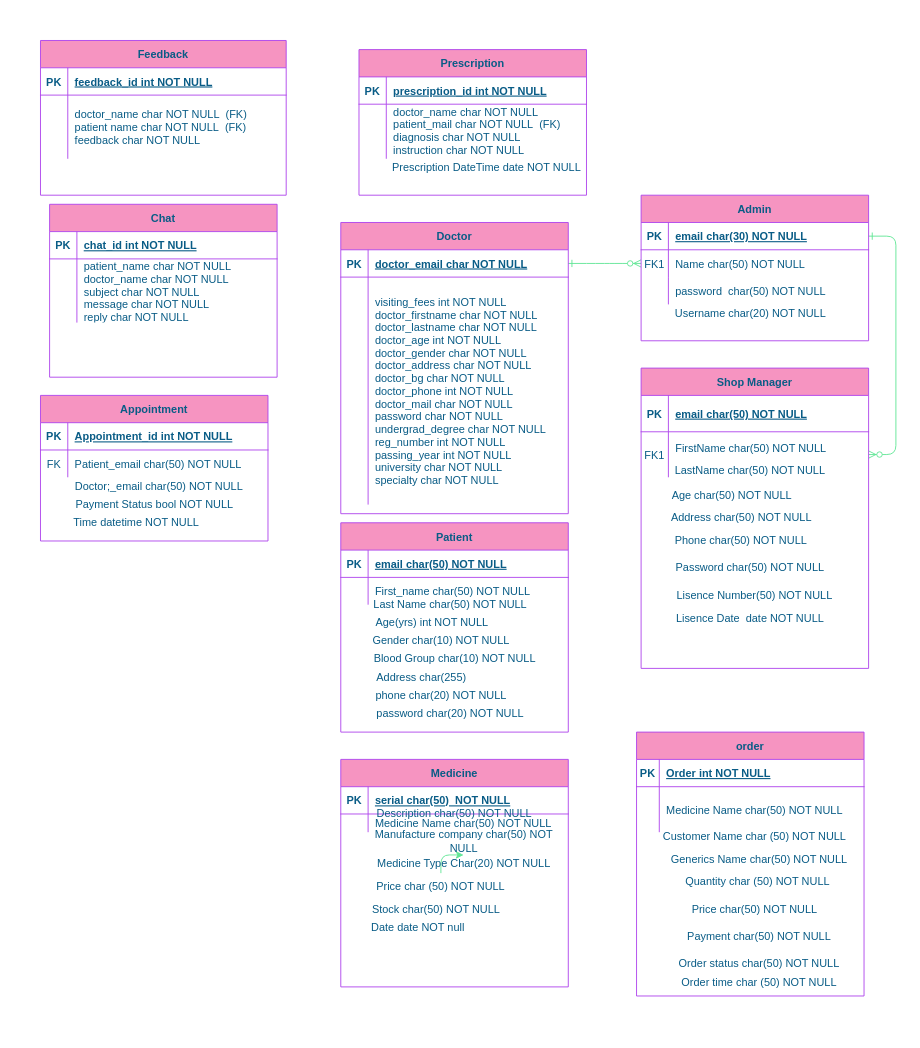
Earlier version of the draw.io diagram ER Diagram.drawio (ProgMahabub21/ABCD). Source tidied: cells renumbered, new cells numbered last; positions are measured from the earlier drawing's top-left corner, leaving out a move shared by most shapes. Both pictures are drawn from the tidied source at 91%, with x=0, y=0 at pixel (40, 40).
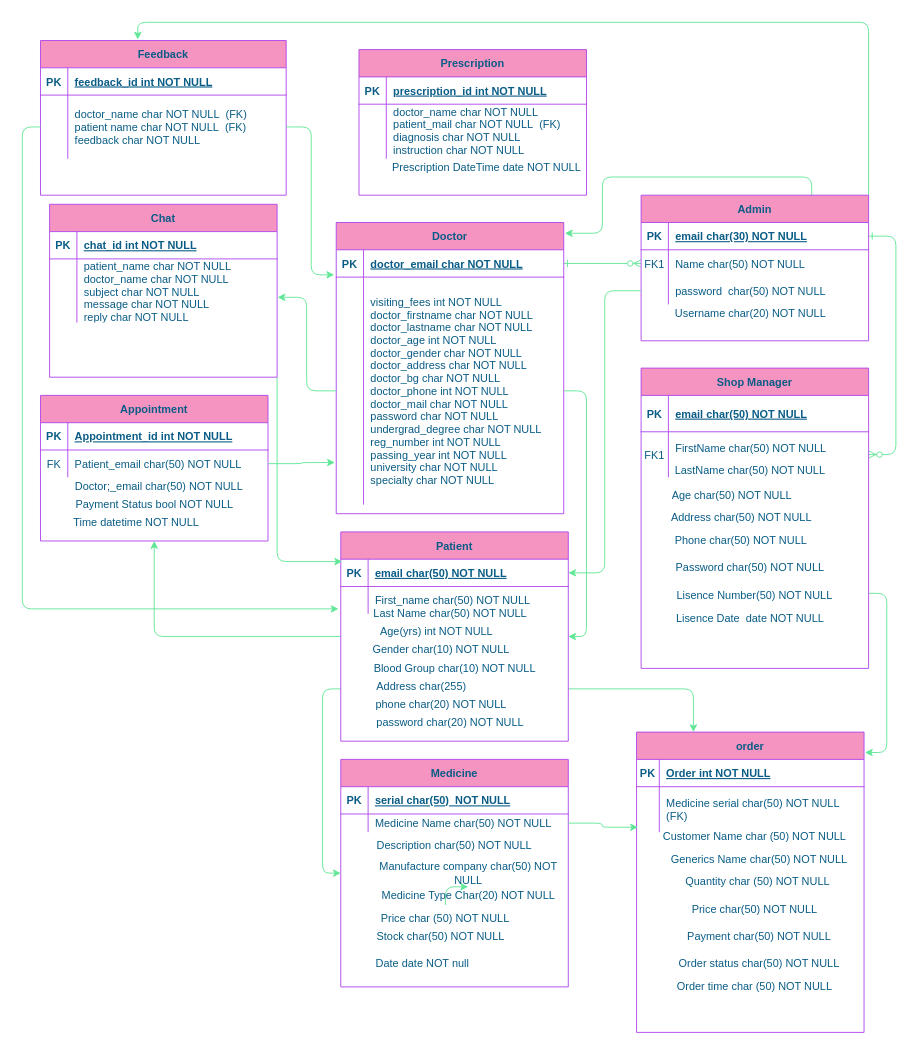
After the change.

The change refers to these unchanged cells:
```xml
<mxCell id="4" value="Admin" style="shape=table;startSize=30;childLayout=tableLayout;rowLines=0;fontStyle=1;align=center;fillColor=#F694C1;strokeColor=#AF45ED;fontColor=#095C86;" parent="1" vertex="1">
  <mxGeometry x="660" y="170" width="250" height="160" as="geometry" />
</mxCell>
<mxCell id="11" style="shape=partialRectangle;fillColor=none;points=[[0,0.5],[1,0.5]];portConstraint=eastwest;top=0;left=0;right=0;bottom=0;strokeColor=#AF45ED;fontColor=#095C86;" parent="4" vertex="1">
  <mxGeometry y="90" width="250" height="30" as="geometry" />
</mxCell>
<mxCell id="14" value="Shop Manager" style="shape=table;startSize=30;childLayout=tableLayout;rowLines=0;fontStyle=1;align=center;fillColor=#F694C1;strokeColor=#AF45ED;fontColor=#095C86;" parent="1" vertex="1">
  <mxGeometry x="660" y="360" width="250" height="330" as="geometry" />
</mxCell>
<mxCell id="25" style="shape=partialRectangle;fillColor=none;points=[[0,0.5],[1,0.5]];portConstraint=eastwest;top=0;left=0;right=0;bottom=0;strokeColor=#AF45ED;fontColor=#095C86;" parent="21" vertex="1">
  <mxGeometry y="60" width="250" height="250" as="geometry" />
</mxCell>
<mxCell id="29" style="shape=partialRectangle;fillColor=none;points=[[0,0.5],[1,0.5]];portConstraint=eastwest;top=0;left=0;right=0;bottom=1;strokeColor=#AF45ED;fontColor=#095C86;" parent="28" vertex="1">
  <mxGeometry y="30" width="250" height="30" as="geometry" />
</mxCell>
<mxCell id="32" style="shape=partialRectangle;fillColor=none;points=[[0,0.5],[1,0.5]];portConstraint=eastwest;top=0;left=0;right=0;bottom=0;strokeColor=#AF45ED;fontColor=#095C86;" parent="28" vertex="1">
  <mxGeometry y="60" width="250" height="30" as="geometry" />
</mxCell>
<mxCell id="42" value="Chat" style="shape=table;startSize=30;childLayout=tableLayout;rowLines=0;fontStyle=1;align=center;fillColor=#F694C1;strokeColor=#AF45ED;fontColor=#095C86;" parent="1" vertex="1">
  <mxGeometry x="10" y="180" width="250" height="190" as="geometry" />
</mxCell>
<mxCell id="46" style="shape=partialRectangle;fillColor=none;points=[[0,0.5],[1,0.5]];portConstraint=eastwest;top=0;left=0;right=0;bottom=0;strokeColor=#AF45ED;fontColor=#095C86;" parent="42" vertex="1">
  <mxGeometry y="60" width="250" height="70" as="geometry" />
</mxCell>
<mxCell id="49" value="Appointment" style="shape=table;startSize=30;childLayout=tableLayout;rowLines=0;fontStyle=1;align=center;fillColor=#F694C1;strokeColor=#AF45ED;fontColor=#095C86;" parent="1" vertex="1">
  <mxGeometry y="390" width="250" height="160" as="geometry" />
</mxCell>
<mxCell id="53" style="shape=partialRectangle;fillColor=none;points=[[0,0.5],[1,0.5]];portConstraint=eastwest;top=0;left=0;right=0;bottom=0;strokeColor=#AF45ED;fontColor=#095C86;" parent="49" vertex="1">
  <mxGeometry y="60" width="250" height="30" as="geometry" />
</mxCell>
<mxCell id="56" value="Feedback" style="shape=table;startSize=30;childLayout=tableLayout;rowLines=0;fontStyle=1;align=center;fillColor=#F694C1;strokeColor=#AF45ED;fontColor=#095C86;" parent="1" vertex="1">
  <mxGeometry width="270" height="170" as="geometry" />
</mxCell>
<mxCell id="60" style="shape=partialRectangle;fillColor=none;points=[[0,0.5],[1,0.5]];portConstraint=eastwest;top=0;left=0;right=0;bottom=0;strokeColor=#AF45ED;fontColor=#095C86;" parent="56" vertex="1">
  <mxGeometry y="60" width="270" height="70" as="geometry" />
</mxCell>
<mxCell id="67" style="shape=partialRectangle;fillColor=none;points=[[0,0.5],[1,0.5]];portConstraint=eastwest;top=0;left=0;right=0;bottom=0;strokeColor=#AF45ED;fontColor=#095C86;" parent="63" vertex="1">
  <mxGeometry y="60" width="250" height="50" as="geometry" />
</mxCell>
<mxCell id="70" value="Medicine" style="shape=table;startSize=30;childLayout=tableLayout;rowLines=0;fontStyle=1;align=center;fillColor=#F694C1;strokeColor=#AF45ED;fontColor=#095C86;" parent="1" vertex="1">
  <mxGeometry x="330" y="790" width="250" height="250" as="geometry" />
</mxCell>
<mxCell id="74" style="shape=partialRectangle;fillColor=none;points=[[0,0.5],[1,0.5]];portConstraint=eastwest;top=0;left=0;right=0;bottom=0;strokeColor=#AF45ED;fontColor=#095C86;" parent="70" vertex="1">
  <mxGeometry y="60" width="250" height="20" as="geometry" />
</mxCell>
```

What changed in the source:
```diff
@@
+    <mxCell id="110" style="edgeStyle=orthogonalEdgeStyle;rounded=1;sketch=0;jettySize=auto;html=1;exitX=0.75;exitY=0;exitDx=0;exitDy=0;entryX=1.005;entryY=0.037;entryDx=0;entryDy=0;entryPerimeter=0;fontColor=#095C86;strokeColor=#60E696;fillColor=#F694C1;" parent="1" edge="1" source="4" target="21">
+      <mxGeometry relative="1" as="geometry" />
+    </mxCell>
+    <mxCell id="111" style="edgeStyle=orthogonalEdgeStyle;rounded=1;sketch=0;jettySize=auto;html=1;exitX=1;exitY=0;exitDx=0;exitDy=0;entryX=0.396;entryY=-0.006;entryDx=0;entryDy=0;entryPerimeter=0;fontColor=#095C86;strokeColor=#60E696;fillColor=#F694C1;" parent="1" edge="1" source="4" target="56">
+      <mxGeometry relative="1" as="geometry" />
+    </mxCell>
@@
+    <mxCell id="112" style="edgeStyle=orthogonalEdgeStyle;rounded=1;sketch=0;jettySize=auto;html=1;exitX=1;exitY=0.75;exitDx=0;exitDy=0;entryX=1.004;entryY=0.068;entryDx=0;entryDy=0;entryPerimeter=0;fontColor=#095C86;strokeColor=#60E696;fillColor=#F694C1;" parent="1" edge="1" source="14" target="63">
+      <mxGeometry relative="1" as="geometry" />
+    </mxCell>
@@
     <mxCell id="21" value="Doctor" style="shape=table;startSize=30;childLayout=tableLayout;rowLines=0;fontStyle=1;align=center;fillColor=#F694C1;strokeColor=#AF45ED;fontColor=#095C86;" parent="1" vertex="1">
-      <mxGeometry x="330" y="200" width="250" height="320" as="geometry" />
+      <mxGeometry x="325" y="200" width="250" height="320" as="geometry" />
     </mxCell>
@@
+    <mxCell id="113" style="edgeStyle=orthogonalEdgeStyle;rounded=1;sketch=0;jettySize=auto;html=1;exitX=0;exitY=0.75;exitDx=0;exitDy=0;entryX=0;entryY=0.5;entryDx=0;entryDy=0;fontColor=#095C86;strokeColor=#60E696;fillColor=#F694C1;" parent="1" edge="1" source="28" target="70">
+      <mxGeometry relative="1" as="geometry" />
+    </mxCell>
+    <mxCell id="114" style="edgeStyle=orthogonalEdgeStyle;rounded=1;sketch=0;jettySize=auto;html=1;exitX=1;exitY=0.75;exitDx=0;exitDy=0;entryX=0.25;entryY=0;entryDx=0;entryDy=0;fontColor=#095C86;strokeColor=#60E696;fillColor=#F694C1;" parent="1" edge="1" source="28" target="63">
+      <mxGeometry relative="1" as="geometry" />
+    </mxCell>
+    <mxCell id="115" style="edgeStyle=orthogonalEdgeStyle;rounded=1;sketch=0;jettySize=auto;html=1;exitX=0;exitY=0.5;exitDx=0;exitDy=0;entryX=0.5;entryY=1;entryDx=0;entryDy=0;fontColor=#095C86;strokeColor=#60E696;fillColor=#F694C1;" parent="1" edge="1" source="28" target="49">
+      <mxGeometry relative="1" as="geometry" />
+    </mxCell>
     <mxCell id="28" value="Patient" style="shape=table;startSize=30;childLayout=tableLayout;rowLines=0;fontStyle=1;align=center;fillColor=#F694C1;strokeColor=#AF45ED;fontColor=#095C86;" parent="1" vertex="1">
-      <mxGeometry x="330" y="530" width="250" height="230" as="geometry" />
+      <mxGeometry x="330" y="540" width="250" height="230" as="geometry" />
     </mxCell>
@@
+    <mxCell id="116" style="edgeStyle=orthogonalEdgeStyle;rounded=1;sketch=0;jettySize=auto;html=1;exitX=1;exitY=1;exitDx=0;exitDy=0;entryX=0.006;entryY=0.087;entryDx=0;entryDy=0;entryPerimeter=0;fontColor=#095C86;strokeColor=#60E696;fillColor=#F694C1;" parent="1" edge="1" source="42" target="29">
+      <mxGeometry relative="1" as="geometry" />
+    </mxCell>
@@
     <mxCell id="63" value="order" style="shape=table;startSize=30;childLayout=tableLayout;rowLines=0;fontStyle=1;align=center;fillColor=#F694C1;strokeColor=#AF45ED;fontColor=#095C86;" parent="1" vertex="1">
-      <mxGeometry x="655" y="760" width="250" height="290" as="geometry" />
+      <mxGeometry x="655" y="760" width="250" height="330" as="geometry" />
     </mxCell>
@@
-    <mxCell id="69" value="Medicine Name char(50) NOT NULL" style="shape=partialRectangle;overflow=hidden;fillColor=none;top=0;left=0;bottom=0;right=0;align=left;spacingLeft=6;strokeColor=#AF45ED;fontColor=#095C86;" parent="67" vertex="1">
+    <mxCell id="69" value="Medicine serial char(50) NOT NULL&#10;(FK)" style="shape=partialRectangle;overflow=hidden;fillColor=none;top=0;left=0;bottom=0;right=0;align=left;spacingLeft=6;strokeColor=#AF45ED;fontColor=#095C86;" parent="67" vertex="1">
       <mxGeometry x="25" width="225" height="50" as="geometry" />
     </mxCell>
@@
     <mxCell id="84" value="Description char(50) NOT NULL" style="text;html=1;strokeColor=none;fillColor=none;align=center;verticalAlign=middle;whiteSpace=wrap;rounded=0;fontColor=#095C86;" parent="1" vertex="1">
-      <mxGeometry x="360" y="835" width="190" height="30" as="geometry" />
+      <mxGeometry x="360" y="870" width="190" height="30" as="geometry" />
     </mxCell>
@@
     <mxCell id="86" value="Price char (50) NOT NULL" style="text;html=1;strokeColor=none;fillColor=none;align=center;verticalAlign=middle;whiteSpace=wrap;rounded=0;fontColor=#095C86;" parent="1" vertex="1">
-      <mxGeometry x="355" y="915" width="170" height="30" as="geometry" />
+      <mxGeometry x="360" y="950" width="170" height="30" as="geometry" />
     </mxCell>
     <mxCell id="87" value="Stock char(50) NOT NULL" style="text;html=1;strokeColor=none;fillColor=none;align=center;verticalAlign=middle;whiteSpace=wrap;rounded=0;fontColor=#095C86;" parent="1" vertex="1">
-      <mxGeometry x="345" y="940" width="180" height="30" as="geometry" />
+      <mxGeometry x="350" y="970" width="180" height="30" as="geometry" />
     </mxCell>
     <mxCell id="88" value="Date date NOT null" style="text;html=1;strokeColor=none;fillColor=none;align=center;verticalAlign=middle;whiteSpace=wrap;rounded=0;fontColor=#095C86;" parent="1" vertex="1">
-      <mxGeometry x="345" y="960" width="140" height="30" as="geometry" />
+      <mxGeometry x="350" y="1000" width="140" height="30" as="geometry" />
     </mxCell>
@@
     <mxCell id="94" value="Order time char (50) NOT NULL" style="text;html=1;strokeColor=none;fillColor=none;align=center;verticalAlign=middle;whiteSpace=wrap;rounded=0;fontColor=#095C86;" parent="1" vertex="1">
-      <mxGeometry x="700" y="1020" width="180" height="30" as="geometry" />
+      <mxGeometry x="695" y="1030" width="180" height="20" as="geometry" />
     </mxCell>
@@
     <mxCell id="97" value="Manufacture company char(50) NOT &lt;br&gt;NULL" style="text;html=1;align=center;verticalAlign=middle;points=[];strokeColor=none;fillColor=none;fontColor=#095C86;" parent="1" vertex="1">
-      <mxGeometry x="360" y="865" width="210" height="30" as="geometry" />
+      <mxGeometry x="365" y="900" width="210" height="30" as="geometry" />
     </mxCell>
     <mxCell id="98" value="Medicine Type Char(20) NOT NULL&lt;br&gt;" style="text;html=1;align=center;verticalAlign=middle;strokeColor=none;fillColor=none;fontColor=#095C86;" parent="1" vertex="1">
-      <mxGeometry x="360" y="895" width="210" height="20" as="geometry" />
+      <mxGeometry x="365" y="930" width="210" height="20" as="geometry" />
     </mxCell>
@@
     <mxCell id="102" value="Last Name char(50) NOT NULL" style="text;html=1;align=center;verticalAlign=middle;strokeColor=none;fillColor=none;fontColor=#095C86;" parent="1" vertex="1">
-      <mxGeometry x="360" y="610" width="180" height="20" as="geometry" />
+      <mxGeometry x="360" y="620" width="180" height="20" as="geometry" />
     </mxCell>
     <mxCell id="103" value="Age(yrs) int NOT NULL" style="text;html=1;align=center;verticalAlign=middle;strokeColor=none;fillColor=none;fontColor=#095C86;" parent="1" vertex="1">
-      <mxGeometry x="360" y="630" width="140" height="20" as="geometry" />
+      <mxGeometry x="365" y="640" width="140" height="20" as="geometry" />
     </mxCell>
     <mxCell id="104" value="Gender char(10) NOT NULL" style="text;html=1;align=center;verticalAlign=middle;strokeColor=none;fillColor=none;fontColor=#095C86;" parent="1" vertex="1">
-      <mxGeometry x="355" y="650" width="170" height="20" as="geometry" />
+      <mxGeometry x="355" y="660" width="170" height="20" as="geometry" />
     </mxCell>
     <mxCell id="105" value="Blood Group char(10) NOT NULL" style="text;html=1;align=center;verticalAlign=middle;strokeColor=none;fillColor=none;fontColor=#095C86;" parent="1" vertex="1">
-      <mxGeometry x="360" y="670" width="190" height="20" as="geometry" />
+      <mxGeometry x="360" y="680" width="190" height="20" as="geometry" />
     </mxCell>
     <mxCell id="106" value="Address char(255)&amp;nbsp;" style="text;html=1;align=center;verticalAlign=middle;strokeColor=none;fillColor=none;fontColor=#095C86;" parent="1" vertex="1">
-      <mxGeometry x="360" y="690" width="120" height="20" as="geometry" />
+      <mxGeometry x="360" y="700" width="120" height="20" as="geometry" />
     </mxCell>
     <mxCell id="107" value="phone char(20) NOT NULL" style="text;html=1;align=center;verticalAlign=middle;strokeColor=none;fillColor=none;fontColor=#095C86;" parent="1" vertex="1">
-      <mxGeometry x="360" y="710" width="160" height="20" as="geometry" />
+      <mxGeometry x="360" y="720" width="160" height="20" as="geometry" />
     </mxCell>
     <mxCell id="108" value="password char(20) NOT NULL" style="text;html=1;align=center;verticalAlign=middle;strokeColor=none;fillColor=none;fontColor=#095C86;" parent="1" vertex="1">
-      <mxGeometry x="360" y="730" width="180" height="20" as="geometry" />
+      <mxGeometry x="360" y="740" width="180" height="20" as="geometry" />
     </mxCell>
@@
+    <mxCell id="117" style="edgeStyle=orthogonalEdgeStyle;rounded=1;sketch=0;jettySize=auto;html=1;exitX=0;exitY=0.5;exitDx=0;exitDy=0;entryX=1;entryY=0.5;entryDx=0;entryDy=0;fontColor=#095C86;strokeColor=#60E696;fillColor=#F694C1;" parent="1" edge="1" source="11" target="29">
+      <mxGeometry relative="1" as="geometry" />
+    </mxCell>
+    <mxCell id="118" style="edgeStyle=orthogonalEdgeStyle;rounded=1;sketch=0;jettySize=auto;html=1;exitX=0;exitY=0.5;exitDx=0;exitDy=0;entryX=1.002;entryY=0.603;entryDx=0;entryDy=0;entryPerimeter=0;fontColor=#095C86;strokeColor=#60E696;fillColor=#F694C1;" parent="1" edge="1" source="25" target="46">
+      <mxGeometry relative="1" as="geometry" />
+    </mxCell>
+    <mxCell id="119" style="edgeStyle=orthogonalEdgeStyle;rounded=1;sketch=0;jettySize=auto;html=1;exitX=1;exitY=0.5;exitDx=0;exitDy=0;entryX=-0.006;entryY=0.815;entryDx=0;entryDy=0;entryPerimeter=0;fontColor=#095C86;strokeColor=#60E696;fillColor=#F694C1;" parent="1" edge="1" source="53" target="25">
+      <mxGeometry relative="1" as="geometry" />
+    </mxCell>
+    <mxCell id="120" style="edgeStyle=orthogonalEdgeStyle;rounded=1;sketch=0;jettySize=auto;html=1;exitX=1;exitY=0.5;exitDx=0;exitDy=0;entryX=-0.009;entryY=-0.01;entryDx=0;entryDy=0;entryPerimeter=0;fontColor=#095C86;strokeColor=#60E696;fillColor=#F694C1;" parent="1" edge="1" source="60" target="25">
+      <mxGeometry relative="1" as="geometry" />
+    </mxCell>
+    <mxCell id="121" style="edgeStyle=orthogonalEdgeStyle;rounded=1;sketch=0;jettySize=auto;html=1;exitX=0;exitY=0.5;exitDx=0;exitDy=0;entryX=-0.01;entryY=0.82;entryDx=0;entryDy=0;entryPerimeter=0;fontColor=#095C86;strokeColor=#60E696;fillColor=#F694C1;" parent="1" edge="1" source="60" target="32">
+      <mxGeometry relative="1" as="geometry" />
+    </mxCell>
+    <mxCell id="122" style="edgeStyle=orthogonalEdgeStyle;rounded=1;sketch=0;jettySize=auto;html=1;exitX=1;exitY=0.5;exitDx=0;exitDy=0;entryX=1;entryY=0.5;entryDx=0;entryDy=0;fontColor=#095C86;strokeColor=#60E696;fillColor=#F694C1;" parent="1" edge="1" source="25" target="28">
+      <mxGeometry relative="1" as="geometry" />
+    </mxCell>
+    <mxCell id="123" style="edgeStyle=orthogonalEdgeStyle;rounded=1;sketch=0;jettySize=auto;html=1;exitX=1;exitY=0.5;exitDx=0;exitDy=0;entryX=0.006;entryY=0.892;entryDx=0;entryDy=0;entryPerimeter=0;fontColor=#095C86;strokeColor=#60E696;fillColor=#F694C1;" parent="1" edge="1" source="74" target="67">
+      <mxGeometry relative="1" as="geometry" />
+    </mxCell>
```
